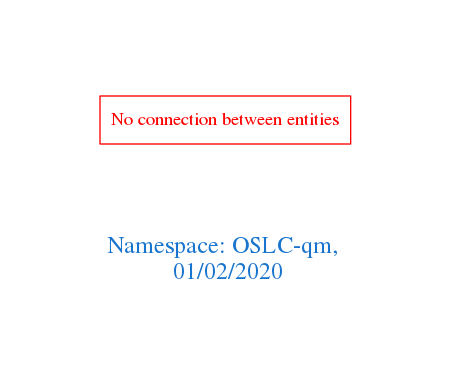
arago/OGIT keeps this Graphviz diagram as downloads/OSLC-qm.png. Above is the earlier version. Its source is kept beside it as downloads/OSLC-qm.dot.
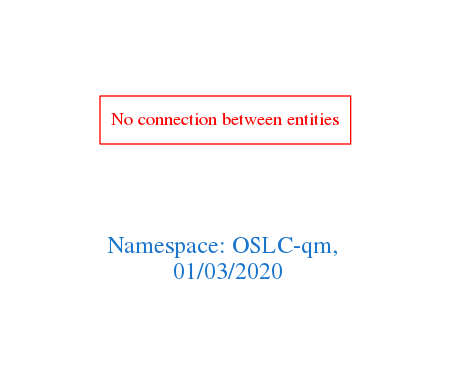
The same diagram one commit later.

The edit, as a diff of the source:
```diff
@@ -1,7 +1,7 @@
 digraph OGIT_ontology {
  graph [ rankdir= LR,pad=1
 fontsize = 18,
-fontcolor= dodgerblue3,label = "\n\n\nNamespace: OSLC-qm, \n 01/02/2020"];
+fontcolor= dodgerblue3,label = "\n\n\nNamespace: OSLC-qm, \n 01/03/2020"];
 node[shape=polygon];
 edge [  color="gray81"];
 
```
